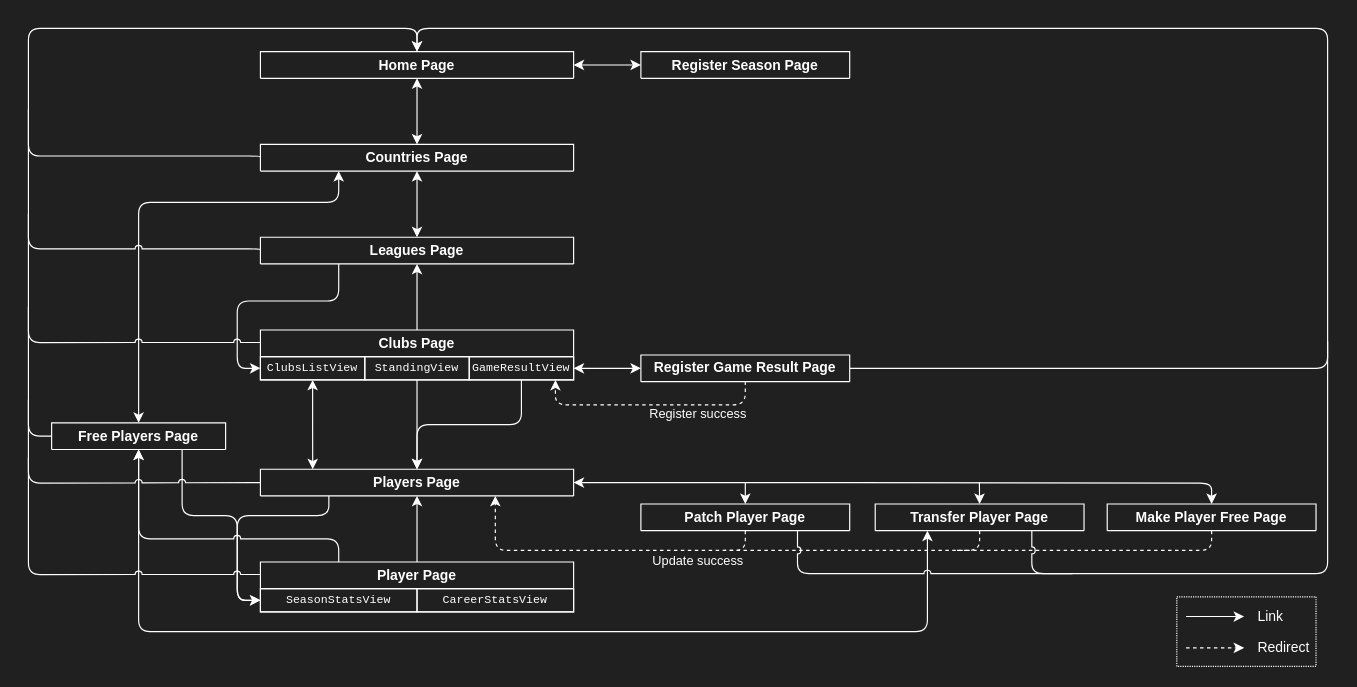
Earlier version of the draw.io diagram docs/io/PageTransitionDiagram.drawio (AijiY/StatsManagement_react). Source tidied: cells renumbered, new cells numbered last; positions are measured from the earlier drawing's top-left corner, leaving out a move shared by most shapes. Both pictures are drawn from the tidied source at 116%, with x=0, y=0 at pixel (28, 28).
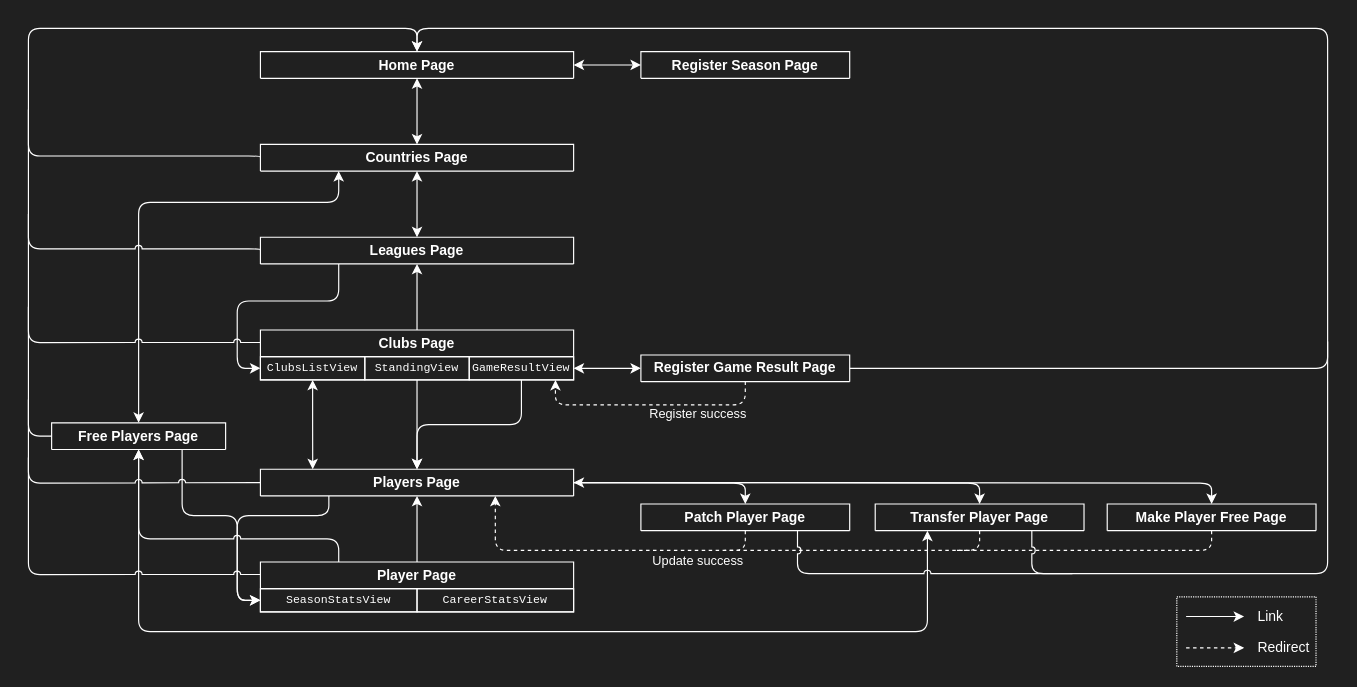
After the change.

Unchanged cells that the change refers to:
```xml
<mxCell id="20" value="Players Page" style="swimlane;whiteSpace=wrap;html=1;fillColor=none;fontColor=#ffffff;strokeColor=#ffffff;" parent="1" vertex="1">
  <mxGeometry x="200" y="380" width="270" height="23" as="geometry" />
</mxCell>
<mxCell id="36" value="Patch Player Page" style="swimlane;whiteSpace=wrap;html=1;fillColor=none;fontColor=#ffffff;strokeColor=#ffffff;" parent="1" vertex="1">
  <mxGeometry x="528" y="410" width="180" height="23" as="geometry" />
</mxCell>
<mxCell id="40" value="Transfer Player Page" style="swimlane;whiteSpace=wrap;html=1;fillColor=none;fontColor=#ffffff;strokeColor=#ffffff;" parent="1" vertex="1">
  <mxGeometry x="730" y="410" width="180" height="23" as="geometry" />
</mxCell>
```

What changed in the source:
```diff
@@
+    <mxCell id="57" style="edgeStyle=orthogonalEdgeStyle;rounded=1;jettySize=auto;html=1;exitX=1;exitY=0.5;exitDx=0;exitDy=0;entryX=0.5;entryY=0;entryDx=0;entryDy=0;strokeColor=#FFFFFF;curved=0;" parent="1" edge="1" source="20" target="36">
+      <mxGeometry relative="1" as="geometry">
+        <Array as="points">
+          <mxPoint x="499" y="392" />
+          <mxPoint x="618" y="392" />
+        </Array>
+      </mxGeometry>
+    </mxCell>
+    <mxCell id="58" style="edgeStyle=orthogonalEdgeStyle;rounded=1;jettySize=auto;html=1;exitX=1;exitY=0.5;exitDx=0;exitDy=0;entryX=0.5;entryY=0;entryDx=0;entryDy=0;strokeColor=#FFFFFF;curved=0;" parent="1" edge="1" source="20" target="40">
+      <mxGeometry relative="1" as="geometry">
+        <Array as="points">
+          <mxPoint x="600" y="391" />
+          <mxPoint x="820" y="392" />
+        </Array>
+      </mxGeometry>
+    </mxCell>
@@
-    <mxCell id="35" style="edgeStyle=orthogonalEdgeStyle;shape=connector;rounded=0;jettySize=auto;html=1;exitX=0.5;exitY=0;exitDx=0;exitDy=0;strokeColor=#ffffff;align=center;verticalAlign=middle;fontFamily=Helvetica;fontSize=11;fontColor=#ffffff;labelBackgroundColor=default;startArrow=classic;startFill=1;endArrow=none;endFill=0;" parent="1" edge="1" source="36">
-      <mxGeometry relative="1" as="geometry">
-        <mxPoint x="618" y="391" as="targetPoint" />
-      </mxGeometry>
-    </mxCell>
@@
-    <mxCell id="39" style="edgeStyle=orthogonalEdgeStyle;shape=connector;rounded=0;jettySize=auto;html=1;exitX=0.5;exitY=0;exitDx=0;exitDy=0;strokeColor=#ffffff;align=center;verticalAlign=middle;fontFamily=Helvetica;fontSize=11;fontColor=#ffffff;labelBackgroundColor=default;startArrow=classic;startFill=1;endArrow=none;endFill=0;" parent="1" edge="1" source="40">
-      <mxGeometry relative="1" as="geometry">
-        <mxPoint x="819.8" y="391" as="targetPoint" />
-      </mxGeometry>
-    </mxCell>
```
